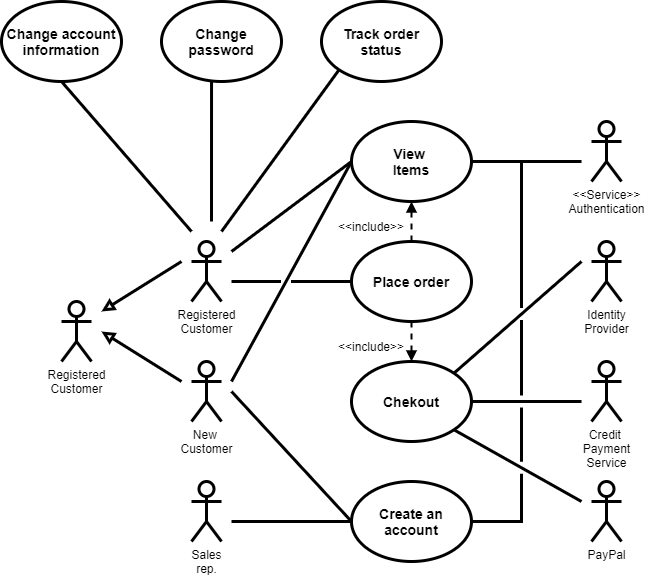
Above: my i web order use cases.drawio.png in tauimonen/UML-diagrams (draw.io), before the change. Source tidied: cells renumbered, new cells last; positions are measured from the earlier drawing's top-left corner, leaving out a move shared by most shapes.
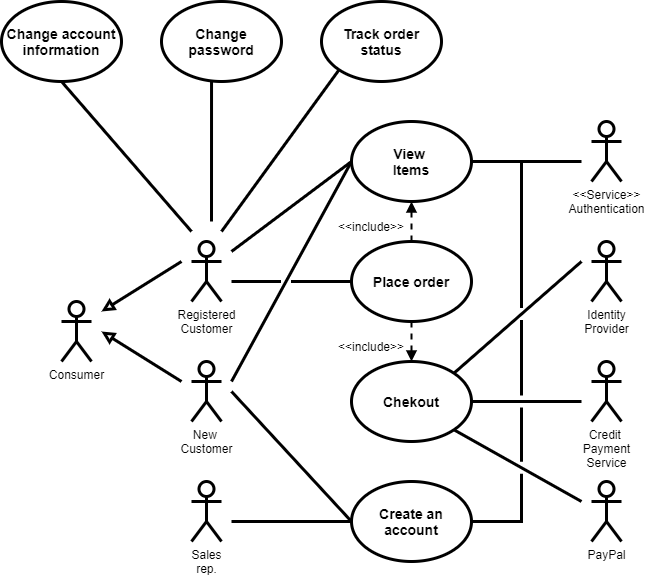
The same file after the commit.

The edit, as a diff of the source:
```diff
@@ -20,7 +20,7 @@
     <mxCell id="5" value="New&amp;nbsp;&lt;br&gt;Customer" style="shape=umlActor;verticalLabelPosition=bottom;verticalAlign=top;html=1;strokeWidth=3;" parent="1" vertex="1">
       <mxGeometry x="190" y="360" width="30" height="60" as="geometry" />
     </mxCell>
-    <mxCell id="6" value="Registered&lt;br&gt;Customer" style="shape=umlActor;verticalLabelPosition=bottom;verticalAlign=top;html=1;strokeWidth=3;" parent="1" vertex="1">
+    <mxCell id="6" value="Consumer" style="shape=umlActor;verticalLabelPosition=bottom;verticalAlign=top;html=1;strokeWidth=3;" parent="1" vertex="1">
       <mxGeometry x="60" y="300" width="30" height="60" as="geometry" />
     </mxCell>
     <mxCell id="7" style="edgeStyle=none;rounded=0;jettySize=auto;html=1;exitX=0;exitY=0.5;exitDx=0;exitDy=0;endArrow=none;endFill=0;strokeWidth=3;" parent="1" edge="1" source="10">
```
